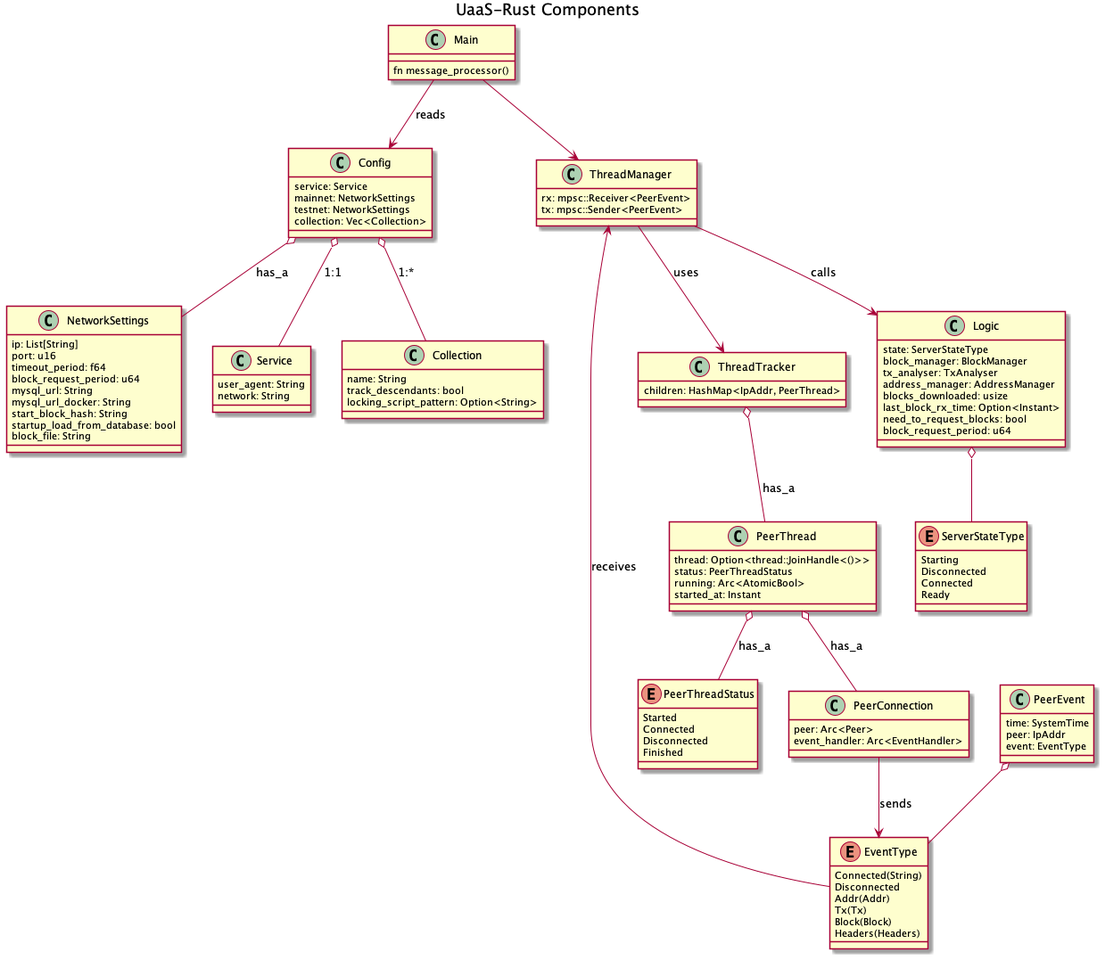
nchain-innovation/utxo-as-a-service keeps this PlantUML diagram as docs/diagrams/service_structure.png. Above is the earlier version.
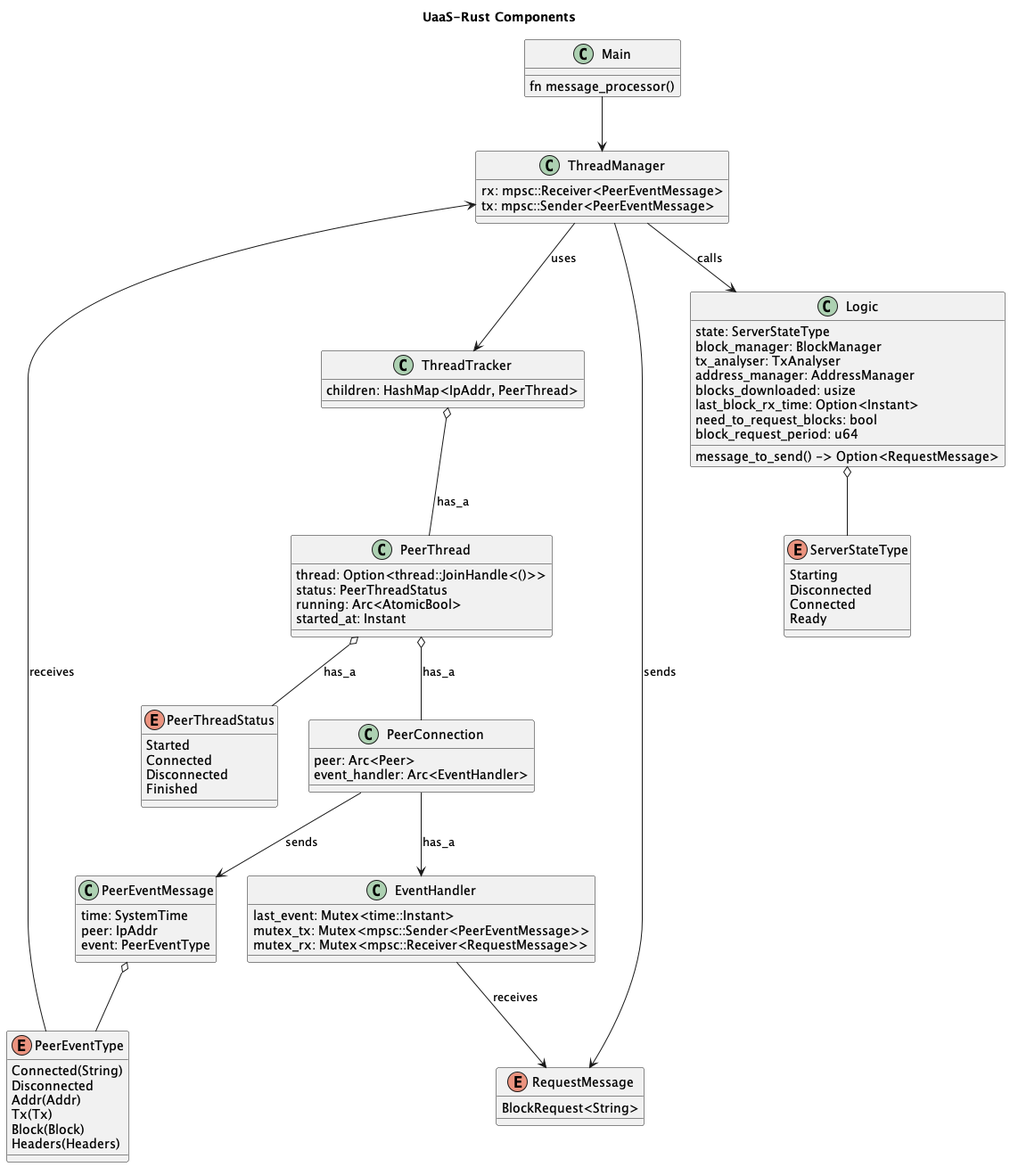
After the commit.

Diff of the diagram source:
```diff
@@ -6,44 +6,6 @@
 class Main {
     fn message_processor()
 }
-
-class NetworkSettings {
-    ip: List[String]
-    port: u16
-    timeout_period: f64
-    block_request_period: u64
-    mysql_url: String
-    mysql_url_docker: String
-    start_block_hash: String
-    startup_load_from_database: bool
-    block_file: String
-}
-
-class Service {
-    user_agent: String
-    network: String
-}
-
-class Collection {
-    name: String
-    track_descendants: bool
-    locking_script_pattern: Option<String>
-}
-
-
-class Config {
-    service: Service
-    mainnet: NetworkSettings
-    testnet: NetworkSettings
-    collection: Vec<Collection>
-}
-
-Config o-- Service: 1:1
-Config o-- NetworkSettings: has_a
-Config o-- Collection: 1:*
-
-Main --> Config: reads
-
 enum PeerThreadStatus {
     Started
     Connected
@@ -51,7 +13,7 @@
     Finished
 }
 
-enum EventType {
+enum PeerEventType {
     {field} Connected(String)
     Disconnected
     {field} Addr(Addr)
@@ -62,14 +24,14 @@
 
 
 
-class PeerEvent {
+class PeerEventMessage {
     time: SystemTime
     peer: IpAddr
-    event: EventType
+    event: PeerEventType
 }
 
 
-PeerEvent o-- EventType
+PeerEventMessage o-- PeerEventType
 
 
 class PeerThread {
@@ -87,12 +49,24 @@
 
 
 class ThreadManager {
-    rx: mpsc::Receiver<PeerEvent>
-    tx: mpsc::Sender<PeerEvent>
+    rx: mpsc::Receiver<PeerEventMessage>
+    tx: mpsc::Sender<PeerEventMessage>
 }
 
 ThreadManager --> ThreadTracker :uses
 Main --> ThreadManager
+
+enum RequestMessage {
+    BlockRequest<String>
+}
+
+class EventHandler {
+    last_event: Mutex<time::Instant>
+    mutex_tx: Mutex<mpsc::Sender<PeerEventMessage>>
+    mutex_rx: Mutex<mpsc::Receiver<RequestMessage>>
+}
+
+EventHandler --> RequestMessage: receives
 
 class PeerConnection {
     peer: Arc<Peer>
@@ -101,8 +75,11 @@
 
 PeerThread o-- PeerConnection : has_a
 
-PeerConnection --> EventType: sends
-EventType --> ThreadManager: receives
+PeerConnection --> PeerEventMessage: sends
+PeerConnection --> EventHandler: has_a
+PeerEventType --> ThreadManager: receives
+
+
 
 
 enum ServerStateType {
@@ -121,10 +98,12 @@
     last_block_rx_time: Option<Instant>
     need_to_request_blocks: bool
     block_request_period: u64
+    message_to_send() -> Option<RequestMessage>
+
 }
 ThreadManager --> Logic : calls
 
 Logic o-- ServerStateType
-
+ThreadManager --> RequestMessage: sends
 
 @enduml
```
